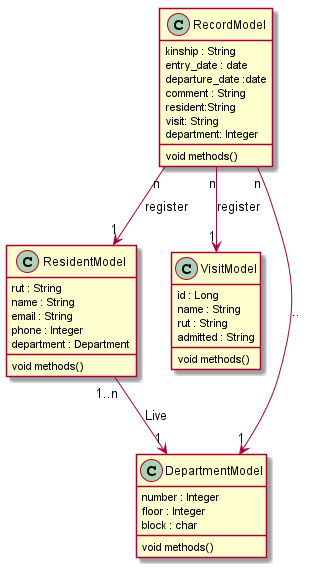
This is Docs/Diagrams/ClassDiagramKt.png from JavierP1995/ConciergeG4, a PlantUML export, as it was before one commit.
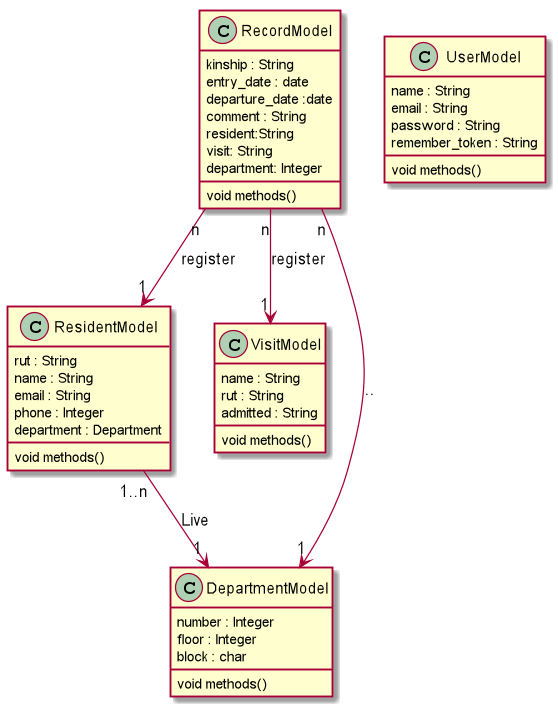
Later version of the same file.

Commit message:
docs(Diagrams): change the class diagram for kotlin code.

What changed in the source:
```diff
@@ -16,7 +16,6 @@
   void methods()
 }
 class VisitModel {
-  id : Long
   name : String
   rut : String
   admitted : String
@@ -40,4 +39,16 @@
    block : char
    void methods()
 }
+
+class UserModel {
+   name : String
+   email : String
+   password : String
+   remember_token : String
+   void methods()
+}
+
+
+
+
 @enduml
```
